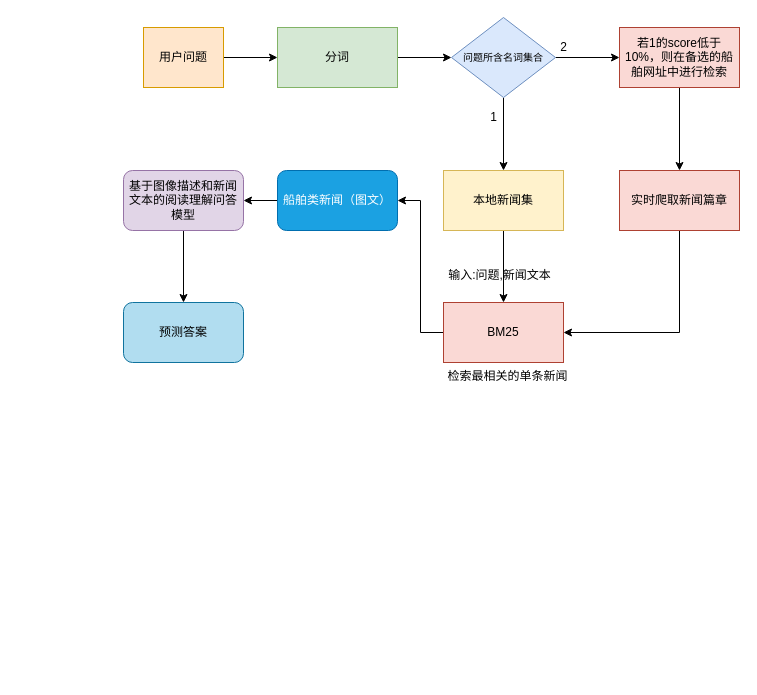
Earlier version of the draw.io diagram mrc module.drawio (zhongjiaguo/angular-ivy-pvt3hm). Source tidied: cells renumbered, new cells numbered last; positions are measured from the earlier drawing's top-left corner, leaving out a move shared by most shapes. Both pictures are drawn from the tidied source at 100%, with x=0, y=0 at pixel (123, 17).
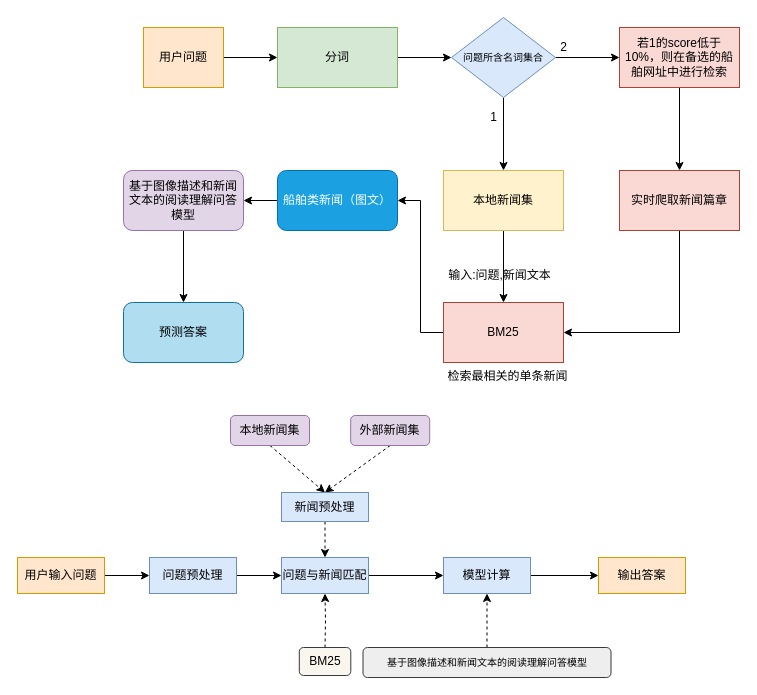
The same page after the edit.

The edit, as a diff of the source:
```diff
@@
+    <mxCell id="26" style="edgeStyle=orthogonalEdgeStyle;rounded=0;jettySize=auto;html=1;exitX=1;exitY=0.5;exitDx=0;exitDy=0;entryX=0;entryY=0.5;entryDx=0;entryDy=0;" parent="1" edge="1" source="27" target="29">
+      <mxGeometry relative="1" as="geometry" />
+    </mxCell>
+    <mxCell id="27" value="用户输入问题" style="rounded=0;whiteSpace=wrap;html=1;fillColor=#ffe6cc;strokeColor=#d79b00;" parent="1" vertex="1">
+      <mxGeometry x="-106" y="540" width="87" height="36" as="geometry" />
+    </mxCell>
+    <mxCell id="28" style="edgeStyle=orthogonalEdgeStyle;rounded=0;jettySize=auto;html=1;exitX=1;exitY=0.5;exitDx=0;exitDy=0;entryX=0;entryY=0.5;entryDx=0;entryDy=0;" parent="1" edge="1" source="29" target="31">
+      <mxGeometry relative="1" as="geometry" />
+    </mxCell>
+    <mxCell id="29" value="问题预处理" style="rounded=0;whiteSpace=wrap;html=1;fillColor=#dae8fc;strokeColor=#6c8ebf;" parent="1" vertex="1">
+      <mxGeometry x="26" y="540" width="87" height="36" as="geometry" />
+    </mxCell>
+    <mxCell id="30" style="edgeStyle=orthogonalEdgeStyle;rounded=0;jettySize=auto;html=1;exitX=1;exitY=0.5;exitDx=0;exitDy=0;entryX=0;entryY=0.5;entryDx=0;entryDy=0;" parent="1" edge="1" source="31" target="38">
+      <mxGeometry relative="1" as="geometry" />
+    </mxCell>
+    <mxCell id="31" value="问题与新闻匹配" style="rounded=0;whiteSpace=wrap;html=1;fillColor=#dae8fc;strokeColor=#6c8ebf;" parent="1" vertex="1">
+      <mxGeometry x="158" y="540" width="87" height="36" as="geometry" />
+    </mxCell>
+    <mxCell id="32" style="rounded=0;jettySize=auto;html=1;exitX=0.5;exitY=1;exitDx=0;exitDy=0;entryX=0.5;entryY=0;entryDx=0;entryDy=0;dashed=1;" parent="1" edge="1" source="33" target="43">
+      <mxGeometry relative="1" as="geometry" />
+    </mxCell>
+    <mxCell id="33" value="本地新闻集" style="rounded=1;whiteSpace=wrap;html=1;fillColor=#e1d5e7;strokeColor=#9673a6;" parent="1" vertex="1">
+      <mxGeometry x="107" y="398" width="79" height="30" as="geometry" />
+    </mxCell>
+    <mxCell id="34" style="rounded=0;jettySize=auto;html=1;exitX=0.5;exitY=1;exitDx=0;exitDy=0;entryX=0.5;entryY=0;entryDx=0;entryDy=0;dashed=1;" parent="1" edge="1" source="35" target="43">
+      <mxGeometry relative="1" as="geometry" />
+    </mxCell>
+    <mxCell id="35" value="外部新闻集" style="rounded=1;whiteSpace=wrap;html=1;fillColor=#e1d5e7;strokeColor=#9673a6;" parent="1" vertex="1">
+      <mxGeometry x="227.2" y="398" width="79" height="30" as="geometry" />
+    </mxCell>
+    <mxCell id="36" style="edgeStyle=orthogonalEdgeStyle;rounded=0;jettySize=auto;html=1;entryX=0.5;entryY=1;entryDx=0;entryDy=0;dashed=1;" parent="1" edge="1" target="31">
+      <mxGeometry relative="1" as="geometry">
+        <mxPoint x="201.5" y="630" as="sourcePoint" />
+      </mxGeometry>
+    </mxCell>
+    <mxCell id="37" style="edgeStyle=orthogonalEdgeStyle;rounded=0;jettySize=auto;html=1;exitX=1;exitY=0.5;exitDx=0;exitDy=0;entryX=0;entryY=0.5;entryDx=0;entryDy=0;" parent="1" edge="1" source="38" target="39">
+      <mxGeometry relative="1" as="geometry" />
+    </mxCell>
+    <mxCell id="38" value="模型计算" style="rounded=0;whiteSpace=wrap;html=1;fillColor=#dae8fc;strokeColor=#6c8ebf;" parent="1" vertex="1">
+      <mxGeometry x="320" y="540" width="87" height="36" as="geometry" />
+    </mxCell>
+    <mxCell id="39" value="输出答案" style="rounded=0;whiteSpace=wrap;html=1;fillColor=#ffe6cc;strokeColor=#d79b00;" parent="1" vertex="1">
+      <mxGeometry x="475" y="540" width="87" height="36" as="geometry" />
+    </mxCell>
+    <mxCell id="40" style="edgeStyle=orthogonalEdgeStyle;rounded=0;jettySize=auto;html=1;exitX=0.5;exitY=0;exitDx=0;exitDy=0;entryX=0.5;entryY=1;entryDx=0;entryDy=0;dashed=1;" parent="1" edge="1" source="41" target="38">
+      <mxGeometry relative="1" as="geometry" />
+    </mxCell>
+    <mxCell id="41" value="&lt;font style=&quot;font-size: 10px;&quot;&gt;基于图像描述和新闻文本的阅读理解问答模型&lt;/font&gt;" style="rounded=1;whiteSpace=wrap;html=1;fillColor=#eeeeee;strokeColor=#36393d;" parent="1" vertex="1">
+      <mxGeometry x="239.5" y="630" width="248" height="30" as="geometry" />
+    </mxCell>
+    <mxCell id="42" style="edgeStyle=orthogonalEdgeStyle;rounded=0;jettySize=auto;html=1;exitX=0.5;exitY=1;exitDx=0;exitDy=0;entryX=0.5;entryY=0;entryDx=0;entryDy=0;dashed=1;" parent="1" edge="1" source="43" target="31">
+      <mxGeometry relative="1" as="geometry" />
+    </mxCell>
+    <mxCell id="43" value="新闻预处理" style="rounded=0;whiteSpace=wrap;html=1;fillColor=#dae8fc;strokeColor=#6c8ebf;" parent="1" vertex="1">
+      <mxGeometry x="158" y="475" width="87" height="29" as="geometry" />
+    </mxCell>
+    <mxCell id="44" value="BM25" style="rounded=1;whiteSpace=wrap;html=1;fillColor=#f9f7ed;strokeColor=#36393d;" parent="1" vertex="1">
+      <mxGeometry x="175.8" y="630" width="51.5" height="28" as="geometry" />
+    </mxCell>
```
